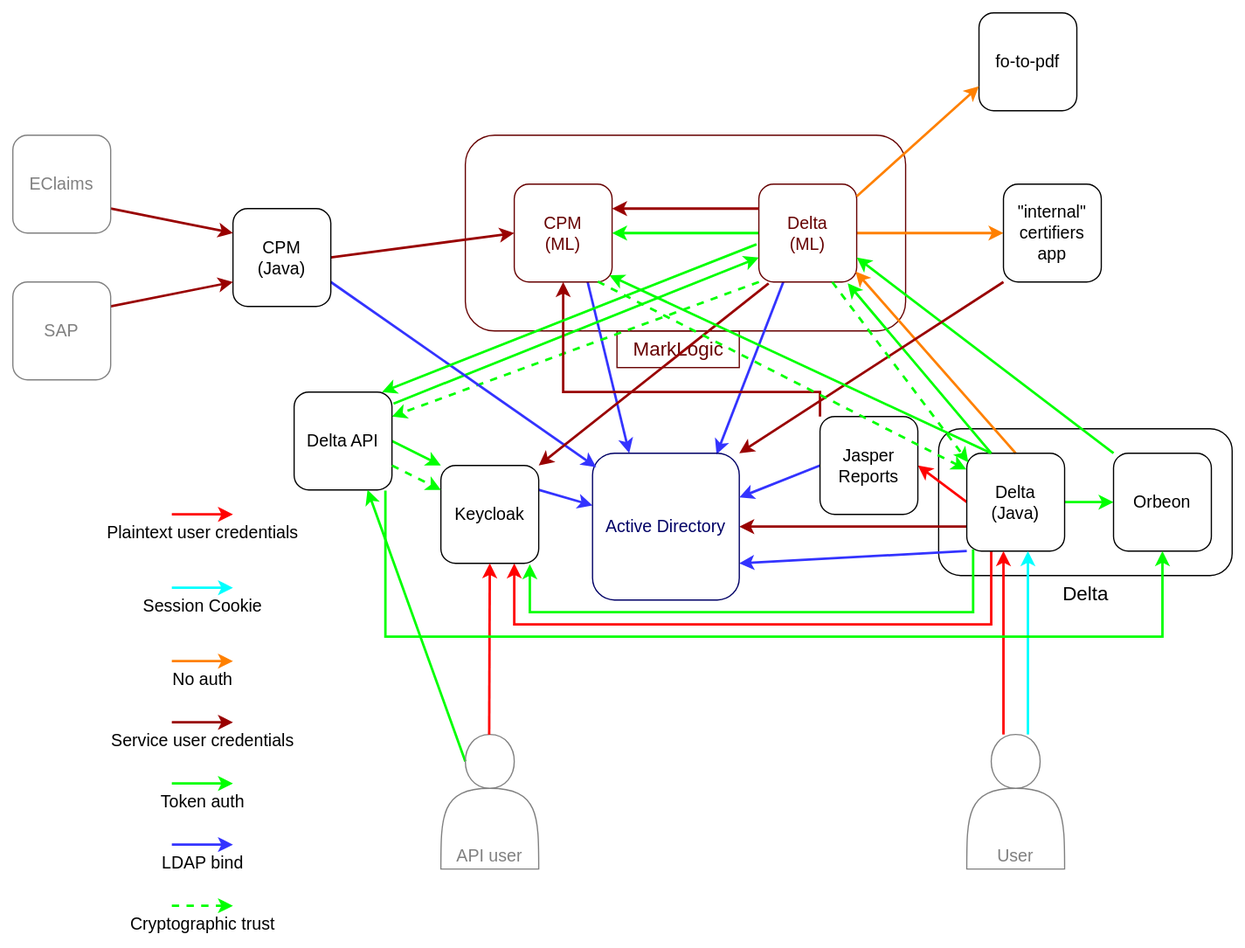
Earlier version of the draw.io export docs/auth-planning/delta-auth-diagram-tso-saml.drawio.svg (communitiesuk/delta-common-infrastructure). Source tidied: cells renumbered, new cells last; positions are measured from the earlier drawing's top-left corner, leaving out a move shared by most shapes.
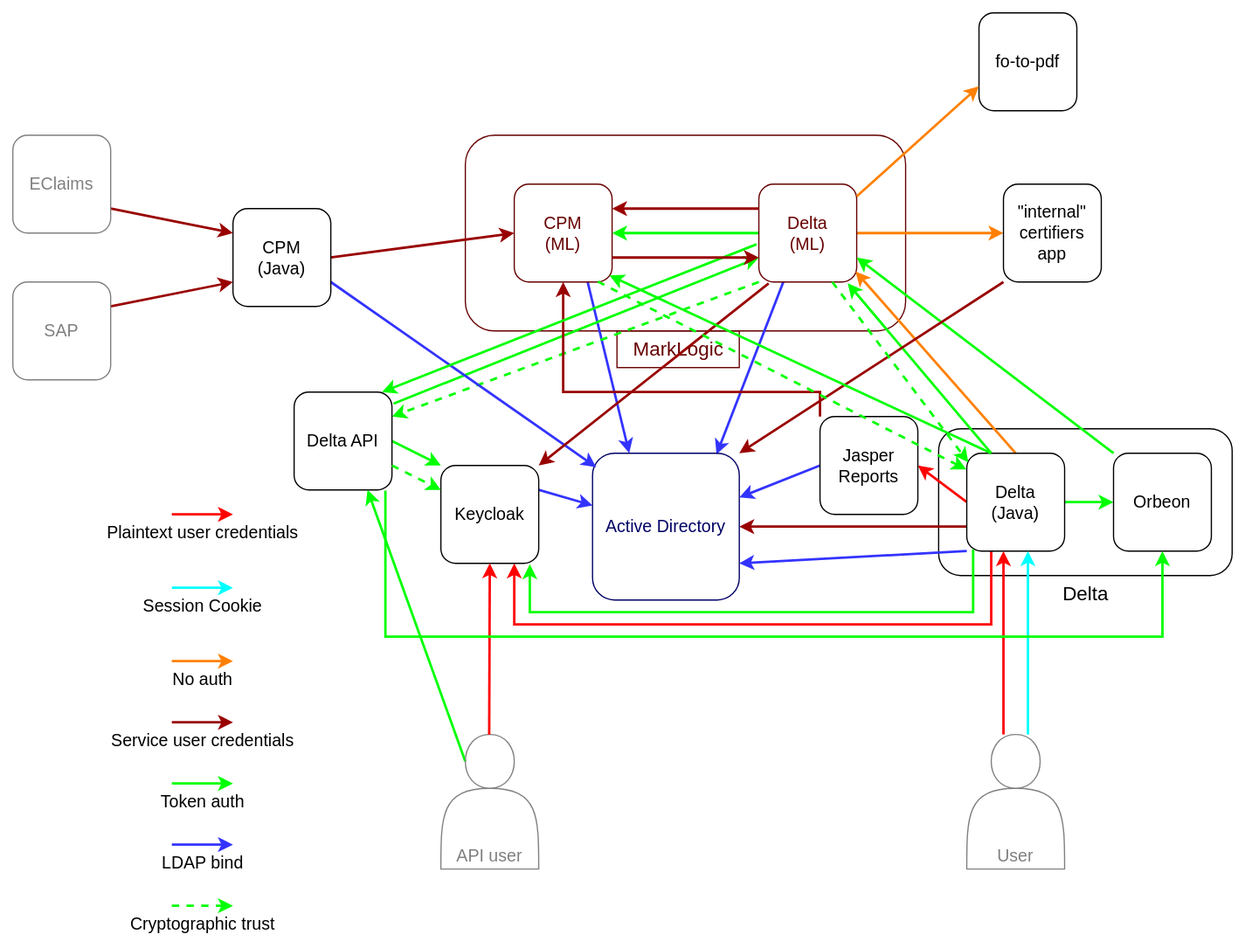
The same diagram one commit later.

Commit message:
DT-336: Update diagrams with CPM -> Delta requests

Diff of the diagram source:
```diff
@@ -245,5 +245,8 @@
     <mxCell id="65" style="edgeStyle=none;rounded=0;jettySize=auto;html=1;exitX=0.854;exitY=0.996;exitDx=0;exitDy=0;entryX=-0.005;entryY=0.166;entryDx=0;entryDy=0;strokeColor=#00FF00;strokeWidth=2;fontSize=14;fontColor=#000000;startArrow=none;startFill=0;elbow=vertical;dashed=1;entryPerimeter=0;exitPerimeter=0;" parent="1" edge="1" source="4" target="20">
       <mxGeometry relative="1" as="geometry" />
     </mxCell>
+    <mxCell id="66" style="edgeStyle=none;rounded=0;jettySize=auto;html=1;exitX=1;exitY=0.75;exitDx=0;exitDy=0;entryX=0;entryY=0.75;entryDx=0;entryDy=0;strokeColor=#990000;strokeWidth=2;fontSize=14;fontColor=#000000;elbow=vertical;" parent="1" edge="1" source="4" target="10">
+      <mxGeometry relative="1" as="geometry" />
+    </mxCell>
   </root>
 </mxGraphModel>
```
